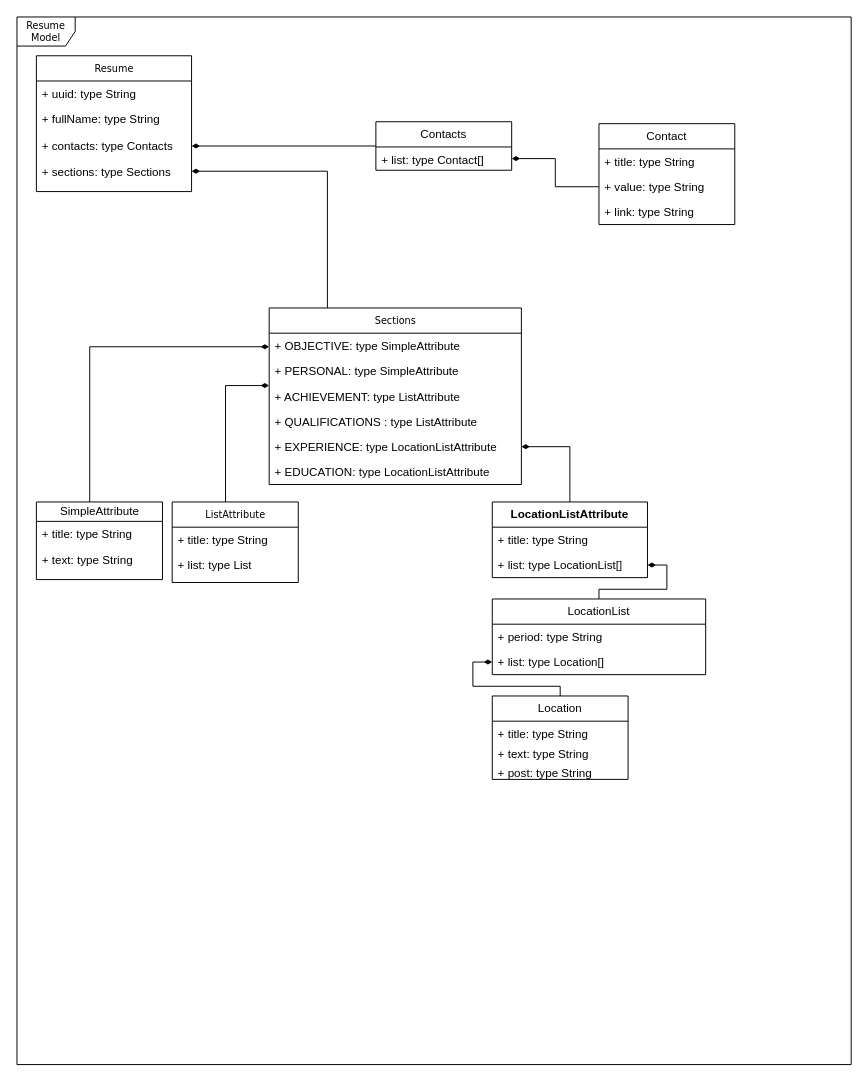
This is ResumeModel.drawio from sasjava/basejava, a draw.io file, before an edit. Source tidied: cells renumbered, new cells numbered last; positions are measured from the earlier drawing's top-left corner, leaving out a move shared by most shapes. Both pictures are drawn from the tidied source at 97%, with x=0, y=0 at pixel (16, 16).
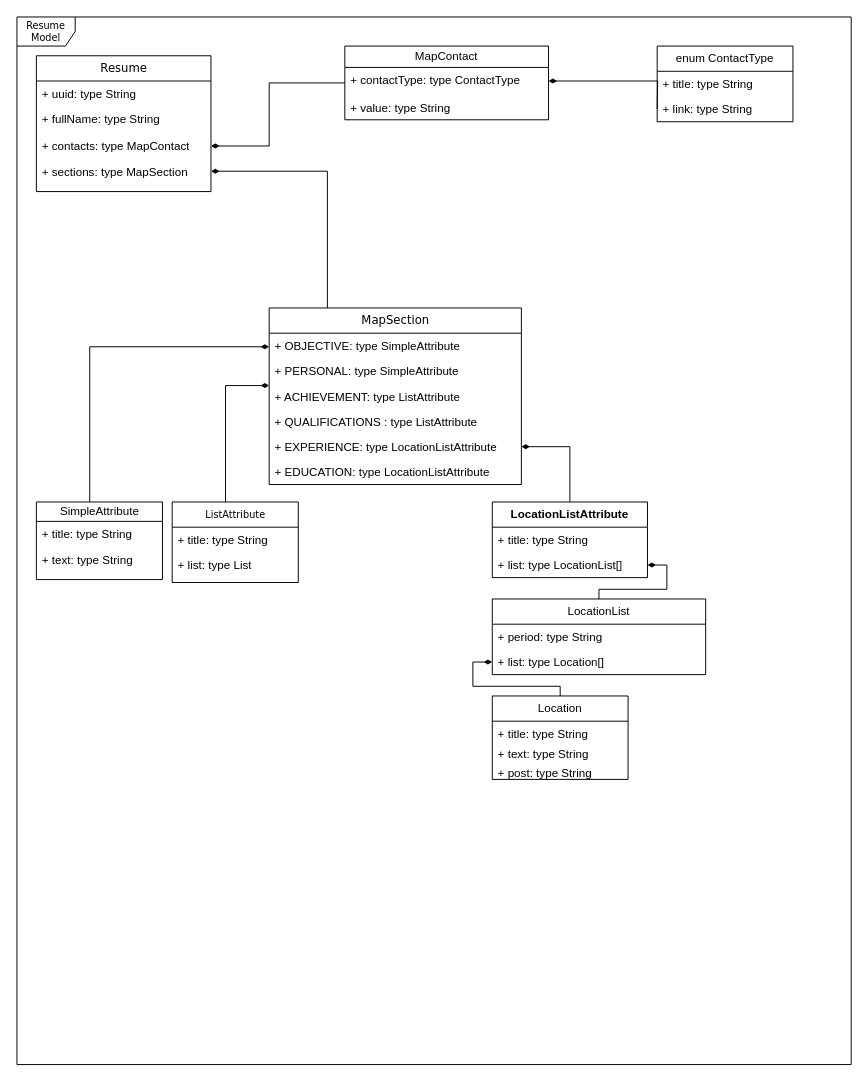
The same diagram, later.

Change to the diagram source:
```diff
@@
-    <mxCell id="3" value="Resume" style="swimlane;html=1;fontStyle=0;horizontal=1;startSize=26;fillColor=none;swimlaneFillColor=#ffffff;rounded=0;shadow=0;comic=0;labelBackgroundColor=none;strokeWidth=1;fontFamily=Verdana;fontSize=10;align=center;" parent="1" vertex="1">
-      <mxGeometry x="20" y="40" width="160" height="140" as="geometry" />
+    <mxCell id="3" value="&lt;font style=&quot;font-size: 12px;&quot;&gt;Resume&lt;/font&gt;" style="swimlane;html=1;fontStyle=0;horizontal=1;startSize=26;fillColor=none;swimlaneFillColor=#ffffff;rounded=0;shadow=0;comic=0;labelBackgroundColor=none;strokeWidth=1;fontFamily=Verdana;fontSize=10;align=center;" parent="1" vertex="1">
+      <mxGeometry x="20" y="40" width="180" height="140" as="geometry" />
     </mxCell>
     <mxCell id="4" value="+ uuid: type String" style="text;html=1;strokeColor=none;fillColor=none;align=left;verticalAlign=top;spacingLeft=4;spacingRight=4;whiteSpace=wrap;overflow=hidden;" parent="3" vertex="1">
-      <mxGeometry y="26" width="160" height="26" as="geometry" />
+      <mxGeometry y="26" width="180" height="26" as="geometry" />
     </mxCell>
     <mxCell id="5" value="+ fullName: type String" style="text;html=1;strokeColor=none;fillColor=none;align=left;verticalAlign=top;spacingLeft=4;spacingRight=4;whiteSpace=wrap;overflow=hidden;" parent="3" vertex="1">
-      <mxGeometry y="52" width="160" height="28" as="geometry" />
+      <mxGeometry y="52" width="180" height="28" as="geometry" />
     </mxCell>
-    <mxCell id="6" value="+ contacts: type Contacts" style="text;strokeColor=none;fillColor=none;align=left;verticalAlign=top;spacingLeft=4;spacingRight=4;overflow=hidden;points=[[0,0.5],[1,0.5]];portConstraint=eastwest;whiteSpace=wrap;html=1;" parent="3" vertex="1">
-      <mxGeometry y="80" width="160" height="26" as="geometry" />
+    <mxCell id="6" value="+ contacts: type MapContact" style="text;strokeColor=none;fillColor=none;align=left;verticalAlign=top;spacingLeft=4;spacingRight=4;overflow=hidden;points=[[0,0.5],[1,0.5]];portConstraint=eastwest;whiteSpace=wrap;html=1;" parent="3" vertex="1">
+      <mxGeometry y="80" width="180" height="26" as="geometry" />
     </mxCell>
-    <mxCell id="7" value="+ sections: type Sections" style="text;strokeColor=none;fillColor=none;align=left;verticalAlign=top;spacingLeft=4;spacingRight=4;overflow=hidden;points=[[0,0.5],[1,0.5]];portConstraint=eastwest;whiteSpace=wrap;html=1;" parent="3" vertex="1">
-      <mxGeometry y="106" width="160" height="26" as="geometry" />
+    <mxCell id="7" value="+ sections: type MapSection" style="text;strokeColor=none;fillColor=none;align=left;verticalAlign=top;spacingLeft=4;spacingRight=4;overflow=hidden;points=[[0,0.5],[1,0.5]];portConstraint=eastwest;whiteSpace=wrap;html=1;" parent="3" vertex="1">
+      <mxGeometry y="106" width="180" height="26" as="geometry" />
     </mxCell>
@@
-    <mxCell id="13" value="Sections" style="swimlane;html=1;fontStyle=0;horizontal=1;startSize=26;fillColor=none;swimlaneFillColor=#ffffff;rounded=0;shadow=0;comic=0;labelBackgroundColor=none;strokeWidth=1;fontFamily=Verdana;fontSize=10;align=center;" parent="1" vertex="1">
+    <mxCell id="13" value="&lt;font style=&quot;font-size: 12px;&quot;&gt;MapSection&lt;/font&gt;" style="swimlane;html=1;fontStyle=0;horizontal=1;startSize=26;fillColor=none;swimlaneFillColor=#ffffff;rounded=0;shadow=0;comic=0;labelBackgroundColor=none;strokeWidth=1;fontFamily=Verdana;fontSize=10;align=center;" parent="1" vertex="1">
       <mxGeometry x="260" y="300" width="260" height="182" as="geometry" />
     </mxCell>
@@
-    <mxCell id="37" value="Contact" style="swimlane;fontStyle=0;horizontal=1;startSize=26;fillColor=none;whiteSpace=wrap;html=1;" parent="1" vertex="1">
-      <mxGeometry x="600" y="110" width="140" height="104" as="geometry" />
+    <mxCell id="37" value="enum ContactType" style="swimlane;fontStyle=0;horizontal=1;startSize=26;fillColor=none;whiteSpace=wrap;html=1;" parent="1" vertex="1">
+      <mxGeometry x="660" y="30" width="140" height="78" as="geometry" />
     </mxCell>
@@
-    <mxCell id="39" value="+ value: type String" style="text;strokeColor=none;fillColor=none;align=left;verticalAlign=top;spacingLeft=4;spacingRight=4;overflow=hidden;points=[[0,0.5],[1,0.5]];portConstraint=eastwest;whiteSpace=wrap;html=1;" parent="37" vertex="1">
-      <mxGeometry y="52" width="140" height="26" as="geometry" />
-    </mxCell>
     <mxCell id="40" value="+ link: type String" style="text;strokeColor=none;fillColor=none;align=left;verticalAlign=top;spacingLeft=4;spacingRight=4;overflow=hidden;whiteSpace=wrap;html=1;" parent="37" vertex="1">
-      <mxGeometry y="78" width="140" height="26" as="geometry" />
+      <mxGeometry y="52" width="140" height="26" as="geometry" />
     </mxCell>
     <mxCell id="41" style="edgeStyle=orthogonalEdgeStyle;rounded=0;jettySize=auto;html=1;endArrow=diamondThin;endFill=1;" parent="1" edge="1" source="42" target="6">
-      <mxGeometry relative="1" as="geometry" />
+      <mxGeometry relative="1" as="geometry">
+        <Array as="points">
+          <mxPoint x="260" y="68" />
+          <mxPoint x="260" y="133" />
+        </Array>
+      </mxGeometry>
     </mxCell>
-    <mxCell id="42" value="Contacts" style="swimlane;fontStyle=0;horizontal=1;startSize=26;fillColor=none;whiteSpace=wrap;html=1;" parent="1" vertex="1">
-      <mxGeometry x="370" y="108" width="140" height="50" as="geometry" />
+    <mxCell id="42" value="MapContact" style="swimlane;fontStyle=0;horizontal=1;startSize=22;fillColor=none;whiteSpace=wrap;html=1;" parent="1" vertex="1">
+      <mxGeometry x="338" y="30" width="210" height="76" as="geometry" />
     </mxCell>
-    <mxCell id="43" value="+ list: type&amp;nbsp;&lt;span style=&quot;text-align: center;&quot;&gt;Contact[]&lt;/span&gt;" style="text;strokeColor=none;fillColor=none;align=left;verticalAlign=top;spacingLeft=4;spacingRight=4;overflow=hidden;points=[[0,0.5],[1,0.5]];portConstraint=eastwest;whiteSpace=wrap;html=1;" parent="42" vertex="1">
-      <mxGeometry y="26" width="140" height="24" as="geometry" />
+    <mxCell id="43" value="+ contactType: type&amp;nbsp;&lt;span style=&quot;text-align: center;&quot;&gt;ContactType&lt;/span&gt;" style="text;strokeColor=none;fillColor=none;align=left;verticalAlign=top;spacingLeft=4;spacingRight=4;overflow=hidden;points=[[0,0.5],[1,0.5]];portConstraint=eastwest;whiteSpace=wrap;html=1;" parent="42" vertex="1">
+      <mxGeometry y="22" width="210" height="28" as="geometry" />
     </mxCell>
+    <mxCell id="39" value="+ value: type String" style="text;strokeColor=none;fillColor=none;align=left;verticalAlign=top;spacingLeft=4;spacingRight=4;overflow=hidden;points=[[0,0.5],[1,0.5]];portConstraint=eastwest;whiteSpace=wrap;html=1;" parent="42" vertex="1">
+      <mxGeometry y="50" width="210" height="26" as="geometry" />
+    </mxCell>
-    <mxCell id="44" style="edgeStyle=orthogonalEdgeStyle;rounded=0;jettySize=auto;html=1;endArrow=diamondThin;endFill=1;" parent="1" edge="1" source="39" target="43">
-      <mxGeometry relative="1" as="geometry" />
+    <mxCell id="44" style="edgeStyle=orthogonalEdgeStyle;rounded=0;jettySize=auto;html=1;endArrow=diamondThin;endFill=1;" parent="1" edge="1" target="43">
+      <mxGeometry relative="1" as="geometry">
+        <mxPoint x="660" y="95" as="sourcePoint" />
+      </mxGeometry>
     </mxCell>
```
